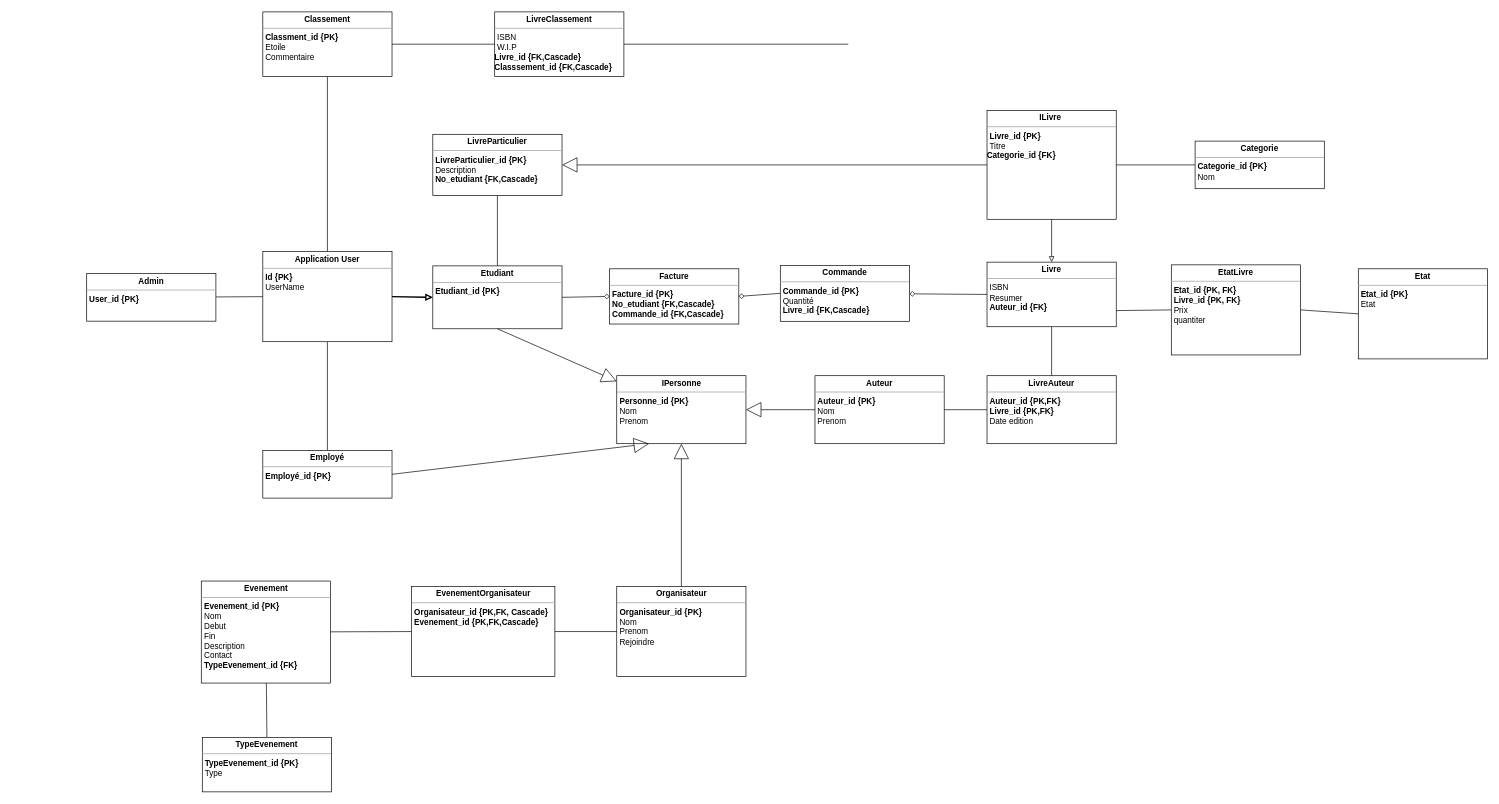
Earlier version of the draw.io diagram diagrammes/classes-participantes/Model Base De Donner.drawio (Feelschevreuil/vlisside-Survivor). Source tidied: cells renumbered, new cells numbered last; positions are measured from the earlier drawing's top-left corner, leaving out a move shared by most shapes. Both pictures are drawn from the tidied source at 68%, with x=0, y=0 at pixel (86, 12).
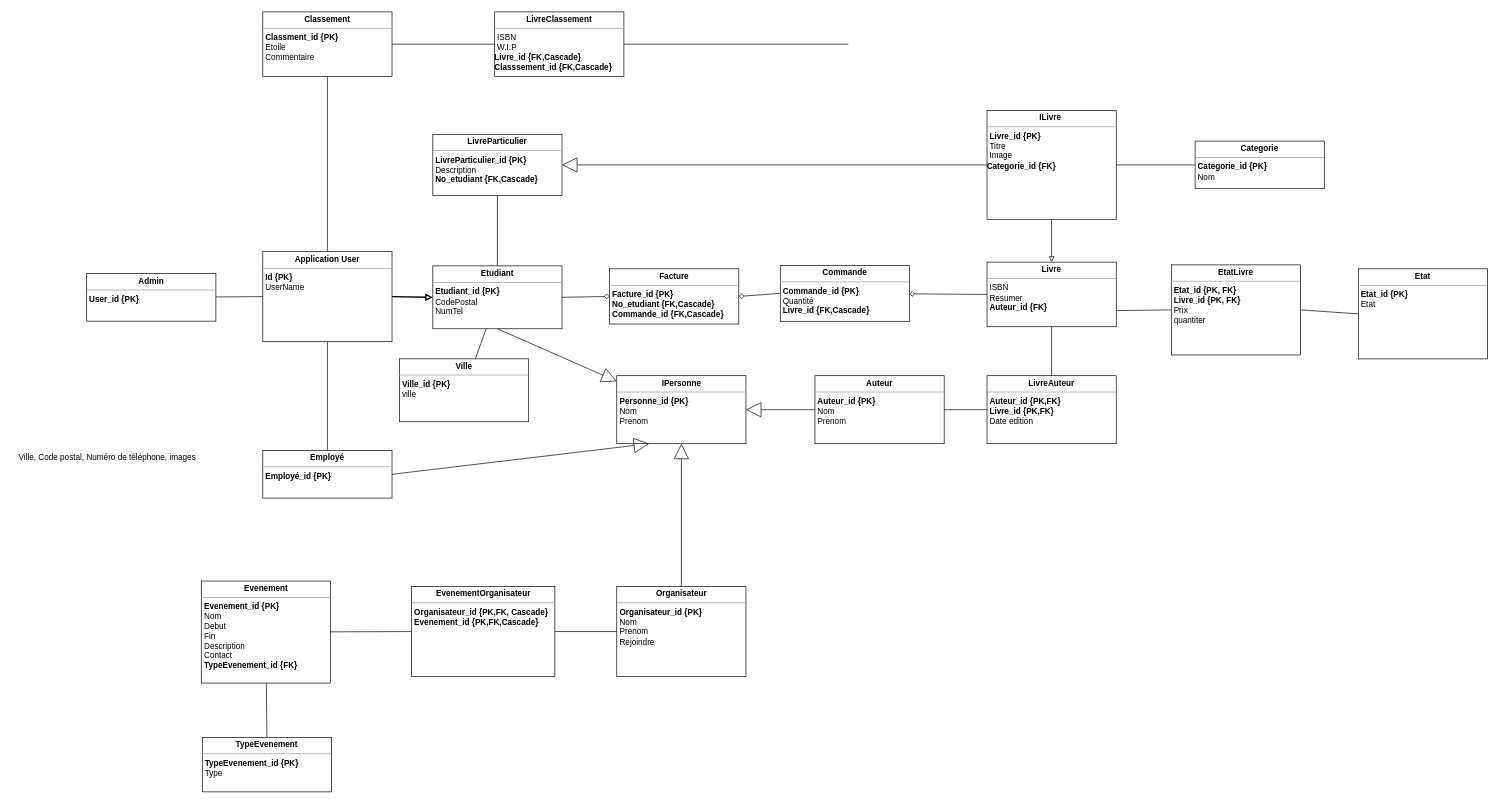
The same page after the edit.

The edit, as a diff of the source:
```diff
@@
-    <mxCell id="2" value="&lt;p style=&quot;margin: 0px ; margin-top: 4px ; text-align: center&quot;&gt;&lt;b&gt;Etudiant&lt;/b&gt;&lt;/p&gt;&lt;hr size=&quot;1&quot;&gt;&lt;p style=&quot;margin: 0px ; margin-left: 4px&quot;&gt;&lt;b&gt;Etudiant_id&lt;/b&gt;&lt;b style=&quot;background-color: initial;&quot;&gt;&amp;nbsp;{PK}&lt;/b&gt;&lt;/p&gt;" style="verticalAlign=top;align=left;overflow=fill;fontSize=12;fontFamily=Helvetica;html=1;" parent="1" vertex="1">
+    <mxCell id="2" value="&lt;p style=&quot;margin: 0px ; margin-top: 4px ; text-align: center&quot;&gt;&lt;b&gt;Etudiant&lt;/b&gt;&lt;/p&gt;&lt;hr size=&quot;1&quot;&gt;&lt;p style=&quot;margin: 0px ; margin-left: 4px&quot;&gt;&lt;b&gt;Etudiant_id&lt;/b&gt;&lt;b&gt;&amp;nbsp;{PK}&lt;/b&gt;&lt;/p&gt;&lt;p style=&quot;margin: 0px ; margin-left: 4px&quot;&gt;CodePostal&lt;/p&gt;&lt;p style=&quot;margin: 0px ; margin-left: 4px&quot;&gt;NumTel&lt;/p&gt;" style="verticalAlign=top;align=left;overflow=fill;fontSize=12;fontFamily=Helvetica;html=1;" parent="1" vertex="1">
       <mxGeometry x="509" y="373.5" width="190" height="92.5" as="geometry" />
     </mxCell>
@@
-    <mxCell id="21" value="&lt;p style=&quot;margin: 0px ; margin-top: 4px ; text-align: center&quot;&gt;&lt;b&gt;ILivre&amp;nbsp;&lt;/b&gt;&lt;/p&gt;&lt;hr size=&quot;1&quot;&gt;&lt;p style=&quot;margin: 0px ; margin-left: 4px&quot;&gt;&lt;b&gt;Livre_id&lt;/b&gt;&lt;b style=&quot;background-color: initial;&quot;&gt;&amp;nbsp;{PK}&lt;/b&gt;&lt;/p&gt;&lt;p style=&quot;margin: 0px ; margin-left: 4px&quot;&gt;Titre&lt;/p&gt;&lt;div&gt;&lt;b&gt;Categorie_id {FK}&lt;/b&gt;&lt;/div&gt;&lt;b&gt;&lt;br&gt;&lt;/b&gt;" style="verticalAlign=top;align=left;overflow=fill;fontSize=12;fontFamily=Helvetica;html=1;" parent="1" vertex="1">
+    <mxCell id="21" value="&lt;p style=&quot;margin: 0px ; margin-top: 4px ; text-align: center&quot;&gt;&lt;b&gt;ILivre&amp;nbsp;&lt;/b&gt;&lt;/p&gt;&lt;hr size=&quot;1&quot;&gt;&lt;p style=&quot;margin: 0px ; margin-left: 4px&quot;&gt;&lt;b&gt;Livre_id&lt;/b&gt;&lt;b&gt;&amp;nbsp;{PK}&lt;/b&gt;&lt;/p&gt;&lt;p style=&quot;margin: 0px ; margin-left: 4px&quot;&gt;Titre&lt;/p&gt;&lt;p style=&quot;margin: 0px ; margin-left: 4px&quot;&gt;Image&lt;/p&gt;&lt;div&gt;&lt;b&gt;Categorie_id {FK}&lt;/b&gt;&lt;/div&gt;&lt;b&gt;&lt;br&gt;&lt;/b&gt;" style="verticalAlign=top;align=left;overflow=fill;fontSize=12;fontFamily=Helvetica;html=1;" parent="1" vertex="1">
       <mxGeometry x="1324" y="145" width="190" height="160" as="geometry" />
     </mxCell>
@@
+    <mxCell id="48" value="Ville, Code postal, Numéro de téléphone, images&lt;br&gt;" style="text;html=1;align=center;verticalAlign=middle;strokeColor=none;fillColor=none;" parent="1" vertex="1">
+      <mxGeometry x="-110" y="645" width="280" height="20" as="geometry" />
+    </mxCell>
+    <mxCell id="49" style="rounded=0;jettySize=auto;html=1;endArrow=none;endFill=0;" parent="1" edge="1" source="50" target="2">
+      <mxGeometry relative="1" as="geometry" />
+    </mxCell>
+    <mxCell id="50" value="&lt;p style=&quot;margin: 0px ; margin-top: 4px ; text-align: center&quot;&gt;&lt;b&gt;Ville&lt;/b&gt;&lt;/p&gt;&lt;hr size=&quot;1&quot;&gt;&lt;p style=&quot;margin: 0px ; margin-left: 4px&quot;&gt;&lt;b&gt;Ville_id&lt;/b&gt;&lt;b&gt;&amp;nbsp;{PK}&lt;/b&gt;&lt;/p&gt;&lt;p style=&quot;margin: 0px ; margin-left: 4px&quot;&gt;ville&lt;/p&gt;" style="verticalAlign=top;align=left;overflow=fill;fontSize=12;fontFamily=Helvetica;html=1;" parent="1" vertex="1">
+      <mxGeometry x="460" y="510.2" width="190" height="92.5" as="geometry" />
+    </mxCell>
```
